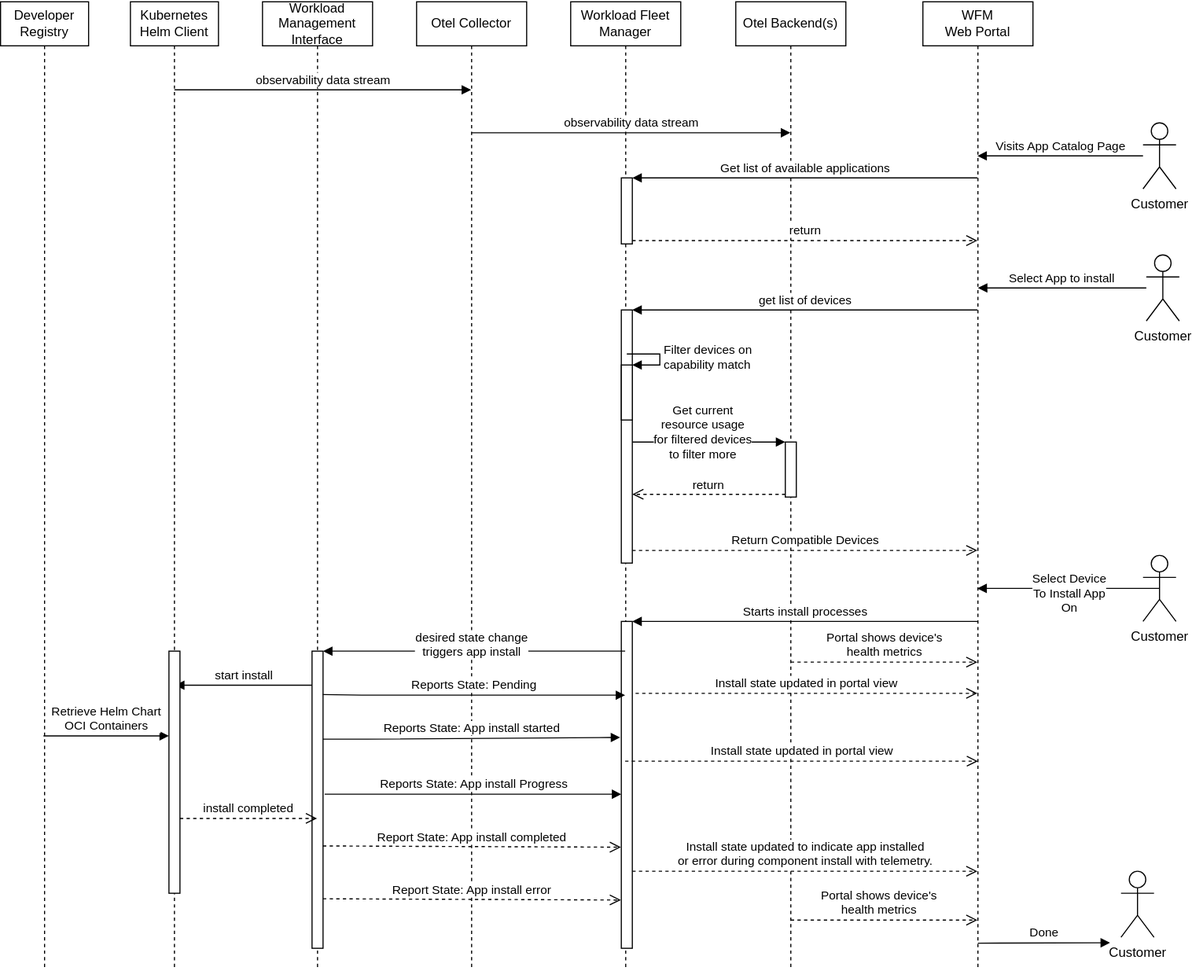
This is system-design/figures/workload-install-sequence.drawio.svg from margo/general_website_content, a draw.io export, as it was before one commit. Source tidied: cells renumbered, new cells last; positions are measured from the earlier drawing's top-left corner, leaving out a move shared by most shapes.
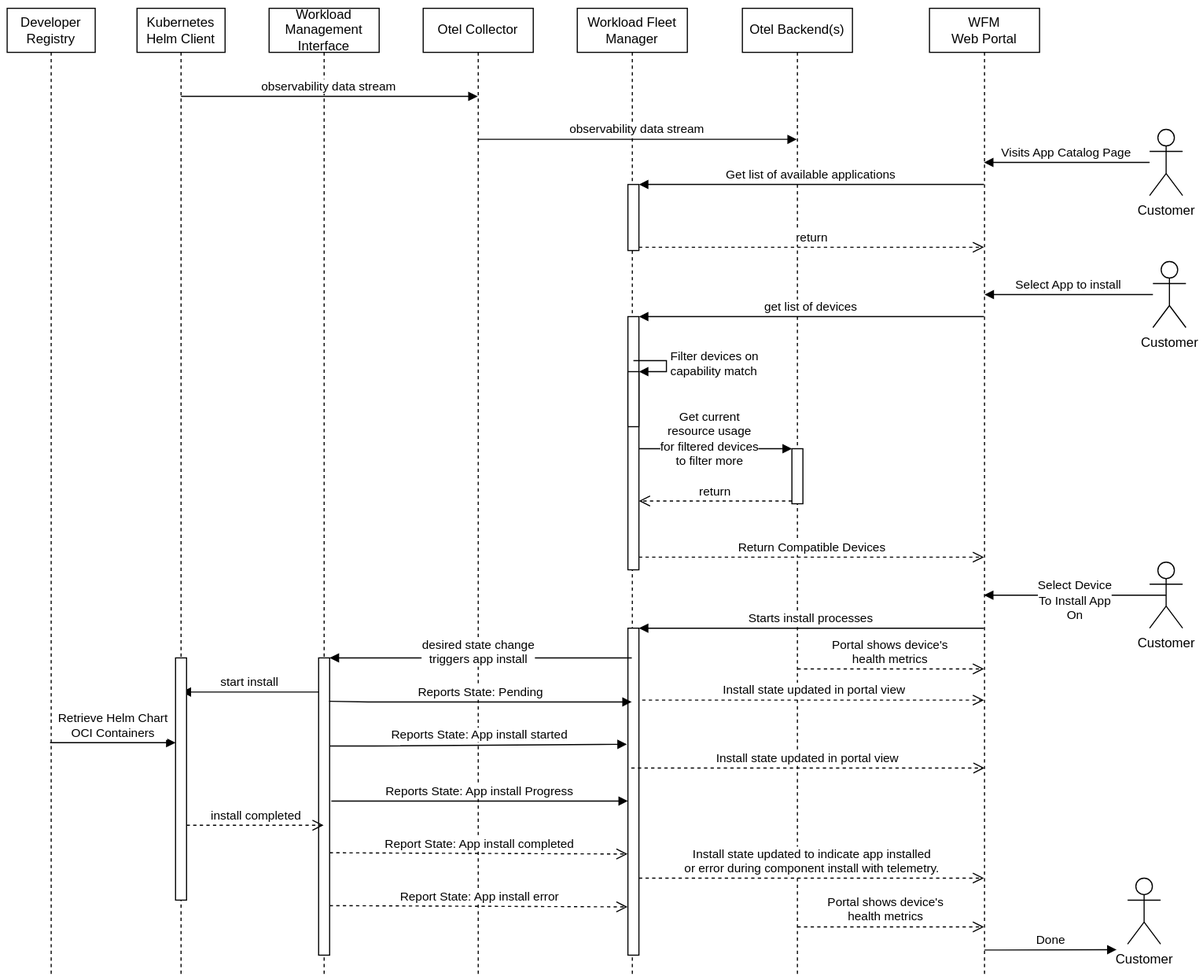
The same diagram one commit later.

Change to the diagram source:
```diff
@@ -2,6 +2,9 @@
   <root>
     <mxCell id="0" />
     <mxCell id="1" parent="0" />
+    <mxCell id="48" style="rounded=0;whiteSpace=wrap;html=1;strokeColor=none;" parent="1" vertex="1">
+      <mxGeometry x="-6" y="-7" width="1093" height="890" as="geometry" />
+    </mxCell>
     <mxCell id="2" value="Workload Fleet&lt;div&gt;Manager&lt;/div&gt;" style="shape=umlLifeline;perimeter=lifelinePerimeter;whiteSpace=wrap;html=1;outlineConnect=0;" parent="1" vertex="1">
       <mxGeometry x="518" width="100" height="880" as="geometry" />
     </mxCell>
```
